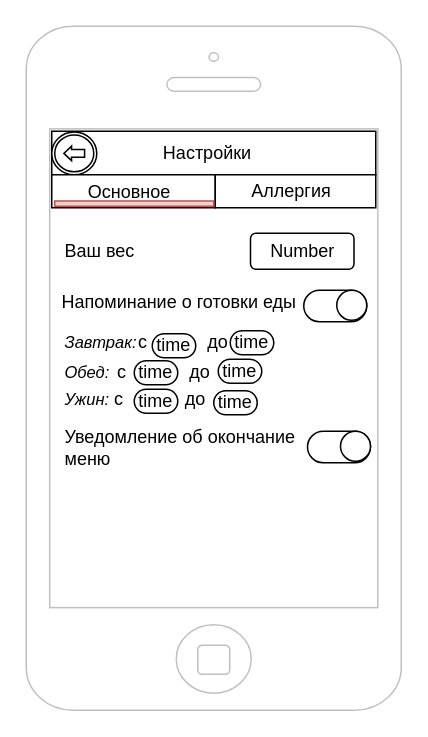
The draw.io diagram page "Page-3" (4 of 9) of Untitled Diagram.drawio in Sans321/jojo, before the edit. Source tidied: cells renumbered, new cells numbered last; positions are measured from the earlier drawing's top-left corner, leaving out a move shared by most shapes. Both pictures are drawn from the tidied source at 150%, with x=0, y=0 at pixel (26, 26).
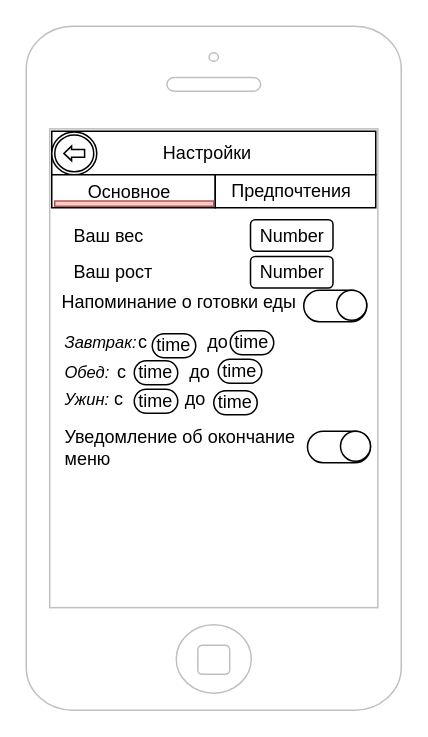
After the change.

Change to the diagram source:
```diff
@@
-    <mxCell id="10" value="Аллергия" style="text;html=1;strokeColor=none;fillColor=none;align=center;verticalAlign=middle;whiteSpace=wrap;rounded=0;" parent="1" vertex="1">
+    <mxCell id="10" value="Предпочтения" style="text;html=1;strokeColor=none;fillColor=none;align=center;verticalAlign=middle;whiteSpace=wrap;rounded=0;" parent="1" vertex="1">
       <mxGeometry x="157" y="100" width="40" height="20" as="geometry" />
     </mxCell>
@@
     <mxCell id="12" value="Ваш вес" style="text;html=1;strokeColor=none;fillColor=none;align=left;verticalAlign=middle;whiteSpace=wrap;rounded=0;" parent="1" vertex="1">
-      <mxGeometry x="24" y="140" width="52" height="20" as="geometry" />
+      <mxGeometry x="30" y="130" width="52" height="20" as="geometry" />
     </mxCell>
@@
     <mxCell id="15" value="Number" style="rounded=1;whiteSpace=wrap;html=1;" parent="1" vertex="1">
-      <mxGeometry x="149.5" y="138" width="69" height="24" as="geometry" />
+      <mxGeometry x="149.5" y="129" width="55" height="21" as="geometry" />
     </mxCell>
@@
+    <mxCell id="35" value="Ваш рост" style="text;html=1;strokeColor=none;fillColor=none;align=left;verticalAlign=middle;whiteSpace=wrap;rounded=0;" parent="1" vertex="1">
+      <mxGeometry x="30" y="154" width="55" height="20" as="geometry" />
+    </mxCell>
+    <mxCell id="36" value="Number" style="rounded=1;whiteSpace=wrap;html=1;" parent="1" vertex="1">
+      <mxGeometry x="149.5" y="153.5" width="55" height="21" as="geometry" />
+    </mxCell>
```
